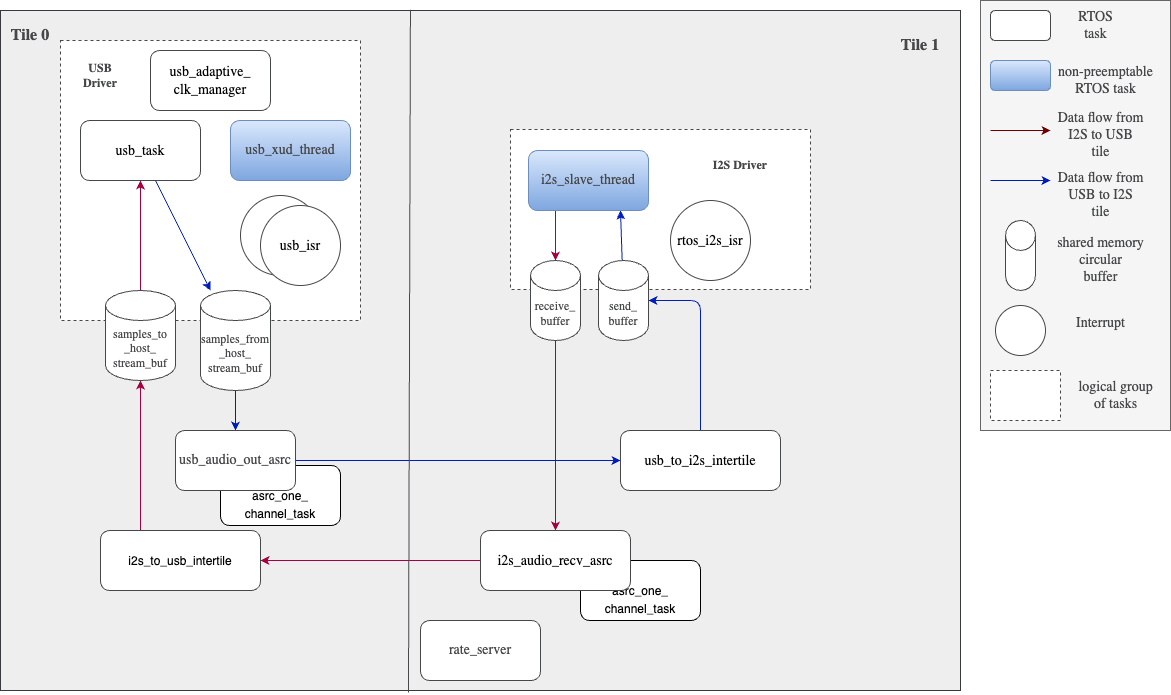
This is doc/programming_guide/asrc/diagrams/asrc_task_diagram.drawio.png from xmos/sln_voice, a draw.io export, as it was before one commit. Source tidied: cells renumbered, new cells last; positions are measured from the earlier drawing's top-left corner, leaving out a move shared by most shapes.
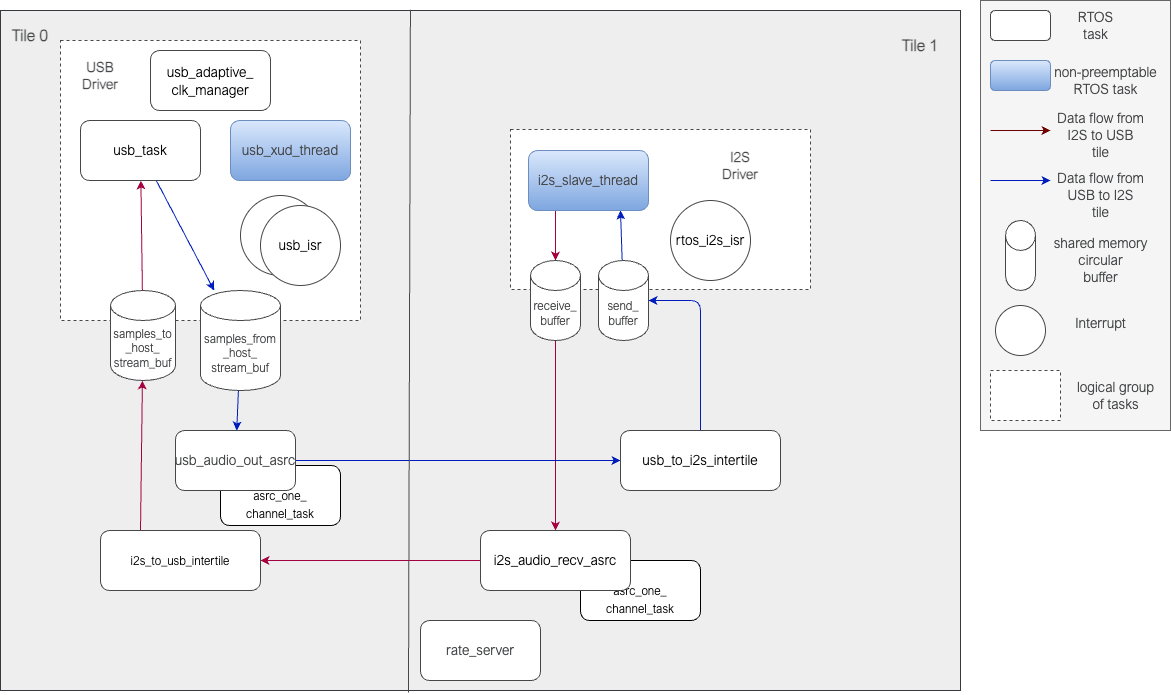
Above is the later version.

Change to the diagram source:
```diff
@@ -17,7 +17,7 @@
     <mxCell id="6" value="&lt;div style=&quot;color: rgb(0, 0, 0); background-color: rgb(255, 255, 255); line-height: 18px;&quot;&gt;&lt;font style=&quot;font-size: 14px;&quot;&gt;usb_isr&lt;/font&gt;&lt;/div&gt;" style="ellipse;whiteSpace=wrap;html=1;strokeColor=#464749;fontFamily=Arial Nova Light;fontColor=#464749;fillColor=#FFFFFF;" parent="1" vertex="1">
       <mxGeometry x="260" y="205" width="80" height="80" as="geometry" />
     </mxCell>
-    <mxCell id="7" value="&lt;b&gt;USB Driver&lt;/b&gt;" style="text;html=1;strokeColor=none;fillColor=none;align=center;verticalAlign=middle;whiteSpace=wrap;rounded=0;fontFamily=Arial Nova Light;fontColor=#464749;" parent="1" vertex="1">
+    <mxCell id="7" value="&lt;b&gt;&lt;font style=&quot;font-size: 14px;&quot;&gt;USB Driver&lt;/font&gt;&lt;/b&gt;" style="text;html=1;strokeColor=none;fillColor=none;align=center;verticalAlign=middle;whiteSpace=wrap;rounded=0;fontFamily=Arial Nova Light;fontColor=#464749;" parent="1" vertex="1">
       <mxGeometry x="70" y="60" width="60" height="30" as="geometry" />
     </mxCell>
     <mxCell id="8" style="rounded=0;whiteSpace=wrap;html=1;strokeColor=#464749;fontFamily=Arial Nova Light;fontColor=#464749;fillColor=#FFFFFF;dashed=1;" parent="1" vertex="1">
@@ -48,7 +48,7 @@
         </Array>
       </mxGeometry>
     </mxCell>
-    <mxCell id="14" value="send_&lt;br&gt;buffer" style="shape=cylinder3;whiteSpace=wrap;html=1;boundedLbl=1;backgroundOutline=1;size=15;strokeColor=#464749;fontFamily=Arial Nova Light;fontColor=#464749;fillColor=#FFFFFF;" parent="1" vertex="1">
+    <mxCell id="14" value="&lt;font&gt;send_&lt;br&gt;buffer&lt;/font&gt;" style="shape=cylinder3;whiteSpace=wrap;html=1;boundedLbl=1;backgroundOutline=1;size=15;strokeColor=#464749;fontFamily=Arial Nova Light;fontColor=#464749;fillColor=#FFFFFF;" parent="1" vertex="1">
       <mxGeometry x="598" y="260" width="50" height="80" as="geometry" />
     </mxCell>
     <mxCell id="15" style="edgeStyle=Arial Nova Light;rounded=1;jettySize=auto;html=1;strokeColor=#A50040;fontFamily=Arial Nova Light;fontColor=#464749;fillColor=#d80073;" parent="1" edge="1" source="33" target="17">
@@ -57,14 +57,14 @@
     <mxCell id="16" style="edgeStyle=Arial Nova Light;rounded=1;jettySize=auto;html=1;strokeColor=#A50040;fontFamily=Arial Nova Light;fontColor=#464749;fillColor=#d80073;exitX=0.25;exitY=0;exitDx=0;exitDy=0;" parent="1" edge="1" source="17" target="19">
       <mxGeometry relative="1" as="geometry" />
     </mxCell>
-    <mxCell id="17" value="&lt;div style=&quot;color: rgb(0, 0, 0); background-color: rgb(255, 255, 255); line-height: 18px;&quot;&gt;&lt;font face=&quot;Helvetica&quot;&gt;i2s_to_usb_intertile&lt;/font&gt;&lt;/div&gt;" style="whiteSpace=wrap;html=1;fontFamily=Arial Nova Light;fillColor=#FFFFFF;strokeColor=#464749;fontColor=#464749;rounded=1;" parent="1" vertex="1">
+    <mxCell id="17" value="&lt;div style=&quot;color: rgb(0, 0, 0); background-color: rgb(255, 255, 255); line-height: 18px;&quot;&gt;&lt;font&gt;i2s_to_usb_intertile&lt;/font&gt;&lt;/div&gt;" style="whiteSpace=wrap;html=1;fontFamily=Arial Nova Light;fillColor=#FFFFFF;strokeColor=#464749;fontColor=#464749;rounded=1;" parent="1" vertex="1">
       <mxGeometry x="100" y="530" width="160" height="60" as="geometry" />
     </mxCell>
     <mxCell id="18" style="edgeStyle=Arial Nova Light;rounded=1;jettySize=auto;html=1;strokeColor=#A50040;fontFamily=Arial Nova Light;fontColor=#464749;fillColor=#d80073;" parent="1" edge="1" source="19" target="4">
       <mxGeometry relative="1" as="geometry" />
     </mxCell>
     <mxCell id="19" value="samples_to&lt;br&gt;_host_&lt;br&gt;stream_buf&lt;br&gt;" style="shape=cylinder3;whiteSpace=wrap;html=1;boundedLbl=1;backgroundOutline=1;size=15;strokeColor=#464749;fontFamily=Arial Nova Light;fontColor=#464749;fillColor=#FFFFFF;" parent="1" vertex="1">
-      <mxGeometry x="105" y="290" width="70" height="90" as="geometry" />
+      <mxGeometry x="110" y="290" width="65" height="90" as="geometry" />
     </mxCell>
     <mxCell id="20" style="edgeStyle=Arial Nova Light;rounded=1;jettySize=auto;html=1;strokeColor=#001DBC;fontFamily=Arial Nova Light;fontColor=#464749;fillColor=#0050ef;" parent="1" edge="1" source="22" target="35">
       <mxGeometry relative="1" as="geometry" />
@@ -73,7 +73,7 @@
       <mxGeometry relative="1" as="geometry" />
     </mxCell>
     <mxCell id="22" value="samples_from&lt;br&gt;_host_&lt;br&gt;stream_buf&lt;br&gt;" style="shape=cylinder3;whiteSpace=wrap;html=1;boundedLbl=1;backgroundOutline=1;size=15;strokeColor=#464749;fontFamily=Arial Nova Light;fontColor=#464749;fillColor=#FFFFFF;" parent="1" vertex="1">
-      <mxGeometry x="200" y="290" width="70" height="100" as="geometry" />
+      <mxGeometry x="200" y="290" width="80" height="100" as="geometry" />
     </mxCell>
     <mxCell id="23" style="edgeStyle=Arial Nova Light;rounded=1;jettySize=auto;html=1;strokeColor=#001DBC;fontFamily=Arial Nova Light;fontColor=#464749;fillColor=#0050ef;" parent="1" edge="1" source="35" target="25">
       <mxGeometry relative="1" as="geometry" />
@@ -89,7 +89,7 @@
     <mxCell id="25" value="&lt;div style=&quot;color: rgb(0, 0, 0); background-color: rgb(255, 255, 255); line-height: 18px;&quot;&gt;&lt;font style=&quot;font-size: 14px;&quot;&gt;usb_to_i2s_intertile&lt;/font&gt;&lt;/div&gt;" style="whiteSpace=wrap;html=1;fontFamily=Arial Nova Light;fillColor=#FFFFFF;strokeColor=#464749;fontColor=#464749;rounded=1;" parent="1" vertex="1">
       <mxGeometry x="620" y="430" width="160" height="60" as="geometry" />
     </mxCell>
-    <mxCell id="26" value="&lt;b&gt;I2S Driver&lt;/b&gt;" style="text;html=1;strokeColor=none;fillColor=none;align=center;verticalAlign=middle;whiteSpace=wrap;rounded=0;fontFamily=Arial Nova Light;fontColor=#464749;" parent="1" vertex="1">
+    <mxCell id="26" value="&lt;b&gt;&lt;font style=&quot;font-size: 14px;&quot;&gt;I2S Driver&lt;/font&gt;&lt;/b&gt;" style="text;html=1;strokeColor=none;fillColor=none;align=center;verticalAlign=middle;whiteSpace=wrap;rounded=0;fontFamily=Arial Nova Light;fontColor=#464749;" parent="1" vertex="1">
       <mxGeometry x="710" y="150" width="60" height="30" as="geometry" />
     </mxCell>
     <mxCell id="27" style="edgeStyle=Arial Nova Light;rounded=1;orthogonalLoop=1;jettySize=auto;html=1;exitX=0.427;exitY=-0.001;exitDx=0;exitDy=0;entryX=0.425;entryY=1.003;entryDx=0;entryDy=0;strokeColor=#464749;fontFamily=Arial Nova Light;fontColor=#464749;fillColor=#FFFFFF;exitPerimeter=0;entryPerimeter=0;endArrow=none;endFill=0;" parent="1" edge="1" source="2" target="2">
@@ -104,7 +104,7 @@
     <mxCell id="30" value="&lt;font style=&quot;font-size: 14px;&quot;&gt;rate_server&lt;/font&gt;" style="rounded=1;whiteSpace=wrap;html=1;strokeColor=#464749;fontFamily=Arial Nova Light;fontColor=#464749;fillColor=#FFFFFF;" parent="1" vertex="1">
       <mxGeometry x="420" y="620" width="120" height="60" as="geometry" />
     </mxCell>
-    <mxCell id="31" value="&lt;div style=&quot;border-color: var(--border-color); background-color: rgb(255, 255, 255); line-height: 18px;&quot;&gt;&lt;br class=&quot;Apple-interchange-newline&quot;&gt;asrc_one_&lt;br style=&quot;border-color: var(--border-color);&quot;&gt;&lt;/div&gt;&lt;div style=&quot;border-color: var(--border-color); background-color: rgb(255, 255, 255); line-height: 18px;&quot;&gt;channel_task&lt;/div&gt;" style="rounded=1;whiteSpace=wrap;html=1;" parent="1" vertex="1">
+    <mxCell id="31" value="&lt;div style=&quot;border-color: var(--border-color); background-color: rgb(255, 255, 255); line-height: 18px;&quot;&gt;&lt;br class=&quot;Apple-interchange-newline&quot;&gt;asrc_one_&lt;br style=&quot;border-color: var(--border-color);&quot;&gt;&lt;/div&gt;&lt;div style=&quot;border-color: var(--border-color); background-color: rgb(255, 255, 255); line-height: 18px;&quot;&gt;channel_task&lt;/div&gt;" style="rounded=1;whiteSpace=wrap;html=1;fontFamily=Arial Nova Light;" parent="1" vertex="1">
       <mxGeometry x="580" y="560" width="120" height="60" as="geometry" />
     </mxCell>
     <mxCell id="32" value="&lt;div style=&quot;color: rgb(0, 0, 0); background-color: rgb(255, 255, 255); line-height: 18px; font-size: 14px;&quot;&gt;&lt;div style=&quot;line-height: 18px;&quot;&gt;&lt;font style=&quot;font-size: 14px;&quot;&gt;usb_adaptive_&lt;/font&gt;&lt;/div&gt;&lt;div style=&quot;line-height: 18px;&quot;&gt;&lt;font style=&quot;font-size: 14px;&quot;&gt;clk_manager&lt;/font&gt;&lt;/div&gt;&lt;/div&gt;" style="rounded=1;whiteSpace=wrap;html=1;strokeColor=#464749;fontFamily=Arial Nova Light;fontColor=#464749;fillColor=#FFFFFF;" parent="1" vertex="1">
@@ -113,7 +113,7 @@
     <mxCell id="33" value="&lt;div style=&quot;color: rgb(0, 0, 0); background-color: rgb(255, 255, 255); line-height: 18px;&quot;&gt;&lt;font style=&quot;font-size: 14px;&quot;&gt;i2s_audio_recv_asrc&lt;/font&gt;&lt;/div&gt;" style="rounded=1;whiteSpace=wrap;html=1;fontFamily=Arial Nova Light;fillColor=#FFFFFF;strokeColor=#464749;fontColor=#464749;" parent="1" vertex="1">
       <mxGeometry x="480" y="530" width="150" height="60" as="geometry" />
     </mxCell>
-    <mxCell id="34" value="&lt;div style=&quot;background-color: rgb(255, 255, 255); line-height: 18px;&quot;&gt;&lt;br&gt;&lt;/div&gt;&lt;div style=&quot;background-color: rgb(255, 255, 255); line-height: 18px;&quot;&gt;asrc_one_&lt;br&gt;&lt;/div&gt;&lt;div style=&quot;background-color: rgb(255, 255, 255); line-height: 18px;&quot;&gt;channel_task&lt;/div&gt;" style="rounded=1;whiteSpace=wrap;html=1;" parent="1" vertex="1">
+    <mxCell id="34" value="&lt;div style=&quot;background-color: rgb(255, 255, 255); line-height: 18px;&quot;&gt;&lt;br&gt;&lt;/div&gt;&lt;div style=&quot;background-color: rgb(255, 255, 255); line-height: 18px;&quot;&gt;asrc_one_&lt;br&gt;&lt;/div&gt;&lt;div style=&quot;background-color: rgb(255, 255, 255); line-height: 18px;&quot;&gt;channel_task&lt;/div&gt;" style="rounded=1;whiteSpace=wrap;html=1;fontFamily=Arial Nova Light;" parent="1" vertex="1">
       <mxGeometry x="220" y="465" width="120" height="60" as="geometry" />
     </mxCell>
     <mxCell id="35" value="&lt;font style=&quot;font-size: 14px;&quot;&gt;usb_audio_out_asrc&lt;/font&gt;" style="rounded=1;whiteSpace=wrap;html=1;fontFamily=Arial Nova Light;fillColor=#FFFFFF;strokeColor=#464749;fontColor=#464749;" parent="1" vertex="1">
@@ -125,7 +125,7 @@
     <mxCell id="37" value="&lt;span style=&quot;font-size: 14px;&quot;&gt;usb_xud_thread&lt;/span&gt;" style="rounded=1;whiteSpace=wrap;html=1;strokeColor=#6c8ebf;fontFamily=Arial Nova Light;fontColor=#464749;fillColor=#dae8fc;gradientColor=#7ea6e0;" parent="1" vertex="1">
       <mxGeometry x="230" y="120" width="120" height="60" as="geometry" />
     </mxCell>
-    <mxCell id="38" style="group;fillColor=#f5f5f5;fontColor=#333333;strokeColor=#666666;" parent="1" vertex="1">
+    <mxCell id="38" style="group;fillColor=#f5f5f5;fontColor=#333333;strokeColor=#666666;fontFamily=Arial Nova Light;" parent="1" vertex="1">
       <mxGeometry x="980" width="190" height="430" as="geometry" />
     </mxCell>
     <mxCell id="39" style="rounded=0;whiteSpace=wrap;html=1;strokeColor=#666666;fontFamily=Arial Nova Light;fontColor=#333333;fillColor=#f5f5f5;" parent="38" vertex="1">
@@ -147,7 +147,7 @@
       <mxGeometry x="10" y="60" width="60" height="30" as="geometry" />
     </mxCell>
     <mxCell id="45" value="&lt;font style=&quot;font-size: 14px;&quot;&gt;non-preemptable&lt;br&gt;RTOS task&lt;/font&gt;" style="text;html=1;align=center;verticalAlign=middle;strokeColor=none;fillColor=none;fontFamily=Arial Nova Light;fontColor=#464749;" parent="38" vertex="1">
-      <mxGeometry x="65" y="55" width="120" height="50" as="geometry" />
+      <mxGeometry x="60" y="55" width="130" height="50" as="geometry" />
     </mxCell>
     <mxCell id="46" style="endArrow=classic;html=1;rounded=1;strokeColor=#6F0000;fontFamily=Arial Nova Light;fontColor=#464749;fillColor=#a20025;" parent="38" edge="1">
       <mxGeometry relative="1" as="geometry">
@@ -171,7 +171,7 @@
       <mxGeometry x="25" y="220" width="30" height="70" as="geometry" />
     </mxCell>
     <mxCell id="51" value="&lt;font style=&quot;font-size: 14px;&quot;&gt;shared memory&lt;br&gt;circular&lt;br&gt;buffer&lt;/font&gt;" style="text;html=1;align=center;verticalAlign=middle;strokeColor=none;fillColor=none;fontFamily=Arial Nova Light;fontColor=#464749;" parent="38" vertex="1">
-      <mxGeometry x="65" y="230" width="110" height="60" as="geometry" />
+      <mxGeometry x="60" y="230" width="120" height="60" as="geometry" />
     </mxCell>
     <mxCell id="52" value="&lt;div style=&quot;color: rgb(0, 0, 0); background-color: rgb(255, 255, 255); line-height: 18px;&quot;&gt;&lt;br&gt;&lt;/div&gt;" style="ellipse;whiteSpace=wrap;html=1;strokeColor=#464749;fontFamily=Arial Nova Light;fontColor=#464749;fillColor=#FFFFFF;" parent="38" vertex="1">
       <mxGeometry x="15" y="305" width="50" height="50" as="geometry" />
```
